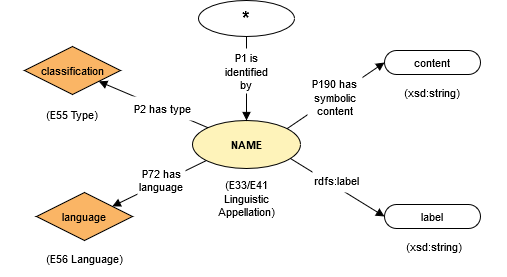
Earlier version of the draw.io export diagrams/diagrams (PNG)/Name_Branch.png (archesproject/ARM_Working_Group). Source tidied: cells renumbered, new cells last; positions are measured from the earlier drawing's top-left corner, leaving out a move shared by most shapes. Source of this version:
```xml
<mxGraphModel>
  <root>
    <mxCell id="0" />
    <mxCell id="1" parent="0" />
    <mxCell id="2" value="content" style="html=1;whiteSpace=wrap;rounded=1;arcSize=50;fontSize=11;fontColor=#000000;spacing=3;strokeOpacity=100;" parent="1" vertex="1">
      <mxGeometry x="384" y="50" width="96" height="24" as="geometry" />
    </mxCell>
    <mxCell id="3" value="language" style="html=1;whiteSpace=wrap;rhombus;fontSize=11;fontColor=#000000;spacing=3;strokeOpacity=100;fillOpacity=100;fillColor=#fab565;" parent="1" vertex="1">
      <mxGeometry x="36" y="192" width="96" height="48" as="geometry" />
    </mxCell>
    <mxCell id="4" value="label" style="html=1;whiteSpace=wrap;rounded=1;arcSize=50;fontSize=11;fontColor=#000000;spacing=3;strokeOpacity=100;" parent="1" vertex="1">
      <mxGeometry x="384" y="204" width="96" height="24" as="geometry" />
    </mxCell>
    <mxCell id="5" value="NAME" style="html=1;whiteSpace=wrap;ellipse;fontSize=11;fontColor=#000000;fontStyle=1;spacing=3;strokeOpacity=100;fillOpacity=100;fillColor=#fef3ba;" parent="1" vertex="1">
      <mxGeometry x="192" y="120" width="108" height="48" as="geometry" />
    </mxCell>
    <mxCell id="6" value="classification" style="html=1;whiteSpace=wrap;rhombus;fontSize=11;fontColor=#000000;spacing=3;strokeOpacity=100;fillOpacity=100;fillColor=#fab565;" parent="1" vertex="1">
      <mxGeometry x="24" y="46" width="96" height="48" as="geometry" />
    </mxCell>
    <mxCell id="7" value="(E33/E41 Linguistic Appellation)" style="html=1;whiteSpace=wrap;fontSize=11;fontColor=#000000;spacing=3;strokeOpacity=0;fillOpacity=0;fillColor=#ffffff;" parent="1" vertex="1">
      <mxGeometry x="203" y="168" width="86" height="60" as="geometry" />
    </mxCell>
    <mxCell id="8" value="(E55 Type)" style="html=1;whiteSpace=wrap;fontSize=11;fontColor=#000000;spacing=3;strokeOpacity=0;fillOpacity=0;fillColor=#ffffff;" parent="1" vertex="1">
      <mxGeometry y="96" width="144" height="36" as="geometry" />
    </mxCell>
    <mxCell id="9" value="(E56 Language)" style="html=1;whiteSpace=wrap;fontSize=11;fontColor=#000000;spacing=3;strokeOpacity=0;fillOpacity=0;fillColor=#ffffff;" parent="1" vertex="1">
      <mxGeometry x="12" y="240" width="144" height="36" as="geometry" />
    </mxCell>
    <mxCell id="10" value="(xsd:string)" style="html=1;whiteSpace=wrap;fontSize=11;fontColor=#000000;spacing=3;strokeOpacity=0;fillOpacity=0;fillColor=#ffffff;" parent="1" vertex="1">
      <mxGeometry x="360" y="74" width="144" height="36" as="geometry" />
    </mxCell>
    <mxCell id="11" value="(xsd:string)" style="html=1;whiteSpace=wrap;fontSize=11;fontColor=#000000;spacing=3;strokeOpacity=0;fillOpacity=0;fillColor=#ffffff;" parent="1" vertex="1">
      <mxGeometry x="362" y="228" width="144" height="36" as="geometry" />
    </mxCell>
    <mxCell id="12" style="html=1;jettySize=18;fontSize=11;rounded=0;startArrow=none;endArrow=block;endFill=1;exitX=0.912550749142498;exitY=0.7972793001282105;exitPerimeter=1;entryX=-0.006250053571249925;entryY=0.5;entryPerimeter=1;" parent="1" edge="1" source="5" target="4">
      <mxGeometry relative="1" as="geometry" />
    </mxCell>
    <mxCell id="13" style="html=1;jettySize=18;fontSize=11;rounded=0;startArrow=none;endArrow=block;endFill=1;exitX=0.8843876112051087;exitY=0.16643771509087285;exitPerimeter=1;entryX=-0.006250053571249925;entryY=0.5;entryPerimeter=1;" parent="1" edge="1" source="5" target="2">
      <mxGeometry relative="1" as="geometry" />
    </mxCell>
    <mxCell id="14" style="html=1;jettySize=18;fontSize=11;rounded=0;startArrow=none;endArrow=block;endFill=1;exitX=0.13604692430680987;exitY=0.1438273184463726;exitPerimeter=1;entryX=0.7811284182564151;entryY=0.7328470066029585;entryPerimeter=1;" parent="1" edge="1" source="5" target="6">
      <mxGeometry relative="1" as="geometry" />
    </mxCell>
    <mxCell id="15" style="html=1;jettySize=18;fontSize=11;rounded=0;startArrow=none;endArrow=block;endFill=1;exitX=0.1283694316393825;exitY=0.848198062324616;exitPerimeter=1;entryX=0.797795084918522;entryY=0.2838196600591484;entryPerimeter=1;" parent="1" edge="1" source="5" target="3">
      <mxGeometry relative="1" as="geometry" />
    </mxCell>
    <mxCell id="16" value="P2 has type" style="html=1;whiteSpace=wrap;fontSize=11;fontColor=#000000;spacing=3;strokeOpacity=0;fillOpacity=100;fillColor=#ffffff;" parent="1" vertex="1">
      <mxGeometry x="126" y="96" width="72" height="24" as="geometry" />
    </mxCell>
    <mxCell id="17" value="P72 has language" style="html=1;whiteSpace=wrap;fontSize=11;fontColor=#000000;spacing=3;strokeOpacity=0;fillOpacity=100;fillColor=#ffffff;" parent="1" vertex="1">
      <mxGeometry x="137" y="164" width="48" height="32" as="geometry" />
    </mxCell>
    <mxCell id="18" value="P190 has symbolic content" style="html=1;whiteSpace=wrap;fontSize=11;fontColor=#000000;spacing=3;strokeOpacity=0;fillOpacity=100;fillColor=#ffffff;" parent="1" vertex="1">
      <mxGeometry x="307" y="68" width="55" height="58" as="geometry" />
    </mxCell>
    <mxCell id="19" value="rdfs:label" style="html=1;whiteSpace=wrap;fontSize=11;fontColor=#000000;spacing=3;strokeOpacity=0;fillOpacity=100;fillColor=#ffffff;" parent="1" vertex="1">
      <mxGeometry x="312" y="168" width="48" height="24" as="geometry" />
    </mxCell>
    <mxCell id="20" value="*" style="html=1;whiteSpace=wrap;ellipse;fontSize=19;fontColor=#000000;fontStyle=1;spacing=3;strokeOpacity=100;fillOpacity=0;fillColor=#000000;" parent="1" vertex="1">
      <mxGeometry x="198" width="96" height="36" as="geometry" />
    </mxCell>
    <mxCell id="21" style="html=1;jettySize=18;fontSize=11;rounded=1;arcSize=0;edgeStyle=orthogonalEdgeStyle;startArrow=none;endArrow=block;endFill=1;exitX=0.5;exitY=1.0166668082977697;exitPerimeter=1;entryX=0.5;entryY=-0.012500360176358073;entryPerimeter=1;" parent="1" edge="1" source="20" target="5">
      <mxGeometry relative="1" as="geometry" />
    </mxCell>
    <mxCell id="22" value="P1 is identified by" style="html=1;whiteSpace=wrap;fontSize=11;fontColor=#000000;spacing=3;strokeOpacity=0;fillOpacity=100;fillColor=#ffffff;" parent="1" vertex="1">
      <mxGeometry x="221" y="48" width="50" height="45" as="geometry" />
    </mxCell>
  </root>
</mxGraphModel>
```
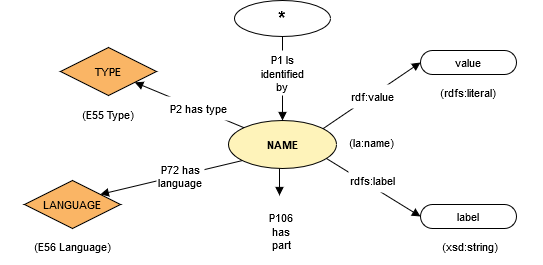
After the commit.

Change to the diagram source:
```diff
@@ -2,68 +2,79 @@
   <root>
     <mxCell id="0" />
     <mxCell id="1" parent="0" />
-    <mxCell id="2" value="content" style="html=1;whiteSpace=wrap;rounded=1;arcSize=50;fontSize=11;fontColor=#000000;spacing=3;strokeOpacity=100;" parent="1" vertex="1">
-      <mxGeometry x="384" y="50" width="96" height="24" as="geometry" />
-    </mxCell>
-    <mxCell id="3" value="language" style="html=1;whiteSpace=wrap;rhombus;fontSize=11;fontColor=#000000;spacing=3;strokeOpacity=100;fillOpacity=100;fillColor=#fab565;" parent="1" vertex="1">
-      <mxGeometry x="36" y="192" width="96" height="48" as="geometry" />
-    </mxCell>
+    <mxCell id="23" value="value" style="html=1;whiteSpace=wrap;rounded=1;arcSize=50;fontSize=11;fontColor=#000000;spacing=3;strokeOpacity=100;" parent="1" vertex="1">
+      <mxGeometry x="384" y="50" width="96" height="24" as="geometry" />
+    </mxCell>
+    <mxCell id="24" value="LANGUAGE" style="html=1;whiteSpace=wrap;rhombus;fontSize=11;fontColor=#000000;spacing=3;strokeOpacity=100;fillOpacity=100;fillColor=#fab565;" parent="1" vertex="1">
+      <mxGeometry x="-12" y="180" width="96" height="48" as="geometry" />
+    </mxCell>
     <mxCell id="4" value="label" style="html=1;whiteSpace=wrap;rounded=1;arcSize=50;fontSize=11;fontColor=#000000;spacing=3;strokeOpacity=100;" parent="1" vertex="1">
       <mxGeometry x="384" y="204" width="96" height="24" as="geometry" />
     </mxCell>
     <mxCell id="5" value="NAME" style="html=1;whiteSpace=wrap;ellipse;fontSize=11;fontColor=#000000;fontStyle=1;spacing=3;strokeOpacity=100;fillOpacity=100;fillColor=#fef3ba;" parent="1" vertex="1">
       <mxGeometry x="192" y="120" width="108" height="48" as="geometry" />
     </mxCell>
-    <mxCell id="6" value="classification" style="html=1;whiteSpace=wrap;rhombus;fontSize=11;fontColor=#000000;spacing=3;strokeOpacity=100;fillOpacity=100;fillColor=#fab565;" parent="1" vertex="1">
-      <mxGeometry x="24" y="46" width="96" height="48" as="geometry" />
-    </mxCell>
-    <mxCell id="7" value="(E33/E41 Linguistic Appellation)" style="html=1;whiteSpace=wrap;fontSize=11;fontColor=#000000;spacing=3;strokeOpacity=0;fillOpacity=0;fillColor=#ffffff;" parent="1" vertex="1">
-      <mxGeometry x="203" y="168" width="86" height="60" as="geometry" />
-    </mxCell>
+    <mxCell id="25" value="TYPE" style="html=1;whiteSpace=wrap;rhombus;fontSize=11;fontColor=#000000;spacing=3;strokeOpacity=100;fillOpacity=100;fillColor=#fab565;" parent="1" vertex="1">
+      <mxGeometry x="24" y="47" width="96" height="48" as="geometry" />
+    </mxCell>
+    <mxCell id="26" value="(la:name)" style="html=1;whiteSpace=wrap;fontSize=11;fontColor=#000000;spacing=3;strokeOpacity=0;fillOpacity=0;fillColor=#ffffff;" parent="1" vertex="1">
+      <mxGeometry x="263" y="124" width="144" height="36" as="geometry" />
+    </mxCell>
     <mxCell id="8" value="(E55 Type)" style="html=1;whiteSpace=wrap;fontSize=11;fontColor=#000000;spacing=3;strokeOpacity=0;fillOpacity=0;fillColor=#ffffff;" parent="1" vertex="1">
       <mxGeometry y="96" width="144" height="36" as="geometry" />
     </mxCell>
     <mxCell id="9" value="(E56 Language)" style="html=1;whiteSpace=wrap;fontSize=11;fontColor=#000000;spacing=3;strokeOpacity=0;fillOpacity=0;fillColor=#ffffff;" parent="1" vertex="1">
-      <mxGeometry x="12" y="240" width="144" height="36" as="geometry" />
+      <mxGeometry x="-36" y="228" width="144" height="36" as="geometry" />
     </mxCell>
-    <mxCell id="10" value="(xsd:string)" style="html=1;whiteSpace=wrap;fontSize=11;fontColor=#000000;spacing=3;strokeOpacity=0;fillOpacity=0;fillColor=#ffffff;" parent="1" vertex="1">
-      <mxGeometry x="360" y="74" width="144" height="36" as="geometry" />
-    </mxCell>
-    <mxCell id="11" value="(xsd:string)" style="html=1;whiteSpace=wrap;fontSize=11;fontColor=#000000;spacing=3;strokeOpacity=0;fillOpacity=0;fillColor=#ffffff;" parent="1" vertex="1">
-      <mxGeometry x="362" y="228" width="144" height="36" as="geometry" />
-    </mxCell>
+    <mxCell id="27" value="(rdfs:literal)" style="html=1;whiteSpace=wrap;fontSize=11;fontColor=#000000;spacing=3;strokeOpacity=0;fillOpacity=0;fillColor=#ffffff;" parent="1" vertex="1">
+      <mxGeometry x="360" y="74" width="144" height="36" as="geometry" />
+    </mxCell>
+    <mxCell id="28" value="(xsd:string)" style="html=1;whiteSpace=wrap;fontSize=11;fontColor=#000000;spacing=3;strokeOpacity=0;fillOpacity=0;fillColor=#ffffff;" parent="1" vertex="1">
+      <mxGeometry x="362" y="228" width="144" height="36" as="geometry" />
+    </mxCell>
-    <mxCell id="12" style="html=1;jettySize=18;fontSize=11;rounded=0;startArrow=none;endArrow=block;endFill=1;exitX=0.912550749142498;exitY=0.7972793001282105;exitPerimeter=1;entryX=-0.006250053571249925;entryY=0.5;entryPerimeter=1;" parent="1" edge="1" source="5" target="4">
+    <mxCell id="12" style="html=1;jettySize=18;fontSize=11;rounded=0;startArrow=none;endArrow=block;endFill=1;exitX=0.912550749142498;exitY=0.7972793001282105;exitPerimeter=1;entryX=-0.006250053571249836;entryY=0.5;entryPerimeter=1;" parent="1" edge="1" source="5" target="4">
       <mxGeometry relative="1" as="geometry" />
     </mxCell>
-    <mxCell id="13" style="html=1;jettySize=18;fontSize=11;rounded=0;startArrow=none;endArrow=block;endFill=1;exitX=0.8843876112051087;exitY=0.16643771509087285;exitPerimeter=1;entryX=-0.006250053571249925;entryY=0.5;entryPerimeter=1;" parent="1" edge="1" source="5" target="2">
-      <mxGeometry relative="1" as="geometry" />
-    </mxCell>
-    <mxCell id="14" style="html=1;jettySize=18;fontSize=11;rounded=0;startArrow=none;endArrow=block;endFill=1;exitX=0.13604692430680987;exitY=0.1438273184463726;exitPerimeter=1;entryX=0.7811284182564151;entryY=0.7328470066029585;entryPerimeter=1;" parent="1" edge="1" source="5" target="6">
-      <mxGeometry relative="1" as="geometry" />
-    </mxCell>
-    <mxCell id="15" style="html=1;jettySize=18;fontSize=11;rounded=0;startArrow=none;endArrow=block;endFill=1;exitX=0.1283694316393825;exitY=0.848198062324616;exitPerimeter=1;entryX=0.797795084918522;entryY=0.2838196600591484;entryPerimeter=1;" parent="1" edge="1" source="5" target="3">
-      <mxGeometry relative="1" as="geometry" />
-    </mxCell>
+    <mxCell id="29" style="html=1;jettySize=18;fontSize=11;rounded=0;startArrow=none;endArrow=block;endFill=1;exitX=0.8843876112051087;exitY=0.16643771509087285;exitPerimeter=1;entryX=-0.006250053571249836;entryY=0.5;entryPerimeter=1;" parent="1" edge="1" source="5" target="23">
+      <mxGeometry relative="1" as="geometry" />
+    </mxCell>
+    <mxCell id="30" style="html=1;jettySize=18;fontSize=11;rounded=0;startArrow=none;endArrow=block;endFill=1;exitX=0.13604692430680979;exitY=0.14382731844637267;exitPerimeter=1;entryX=0.7811284182564151;entryY=0.7328470066029584;entryPerimeter=1;" parent="1" edge="1" source="5" target="25">
+      <mxGeometry relative="1" as="geometry" />
+    </mxCell>
+    <mxCell id="31" style="html=1;jettySize=18;fontSize=11;rounded=0;startArrow=none;endArrow=block;endFill=1;exitX=0.12836943163938258;exitY=0.848198062324616;exitPerimeter=1;entryX=0.797795084918522;entryY=0.2838196600591483;entryPerimeter=1;" parent="1" edge="1" source="5" target="24">
+      <mxGeometry relative="1" as="geometry" />
+    </mxCell>
     <mxCell id="16" value="P2 has type" style="html=1;whiteSpace=wrap;fontSize=11;fontColor=#000000;spacing=3;strokeOpacity=0;fillOpacity=100;fillColor=#ffffff;" parent="1" vertex="1">
       <mxGeometry x="126" y="96" width="72" height="24" as="geometry" />
     </mxCell>
     <mxCell id="17" value="P72 has language" style="html=1;whiteSpace=wrap;fontSize=11;fontColor=#000000;spacing=3;strokeOpacity=0;fillOpacity=100;fillColor=#ffffff;" parent="1" vertex="1">
-      <mxGeometry x="137" y="164" width="48" height="32" as="geometry" />
+      <mxGeometry x="120" y="160" width="48" height="32" as="geometry" />
     </mxCell>
-    <mxCell id="18" value="P190 has symbolic content" style="html=1;whiteSpace=wrap;fontSize=11;fontColor=#000000;spacing=3;strokeOpacity=0;fillOpacity=100;fillColor=#ffffff;" parent="1" vertex="1">
-      <mxGeometry x="307" y="68" width="55" height="58" as="geometry" />
-    </mxCell>
+    <mxCell id="32" value="rdf:value" style="html=1;whiteSpace=wrap;fontSize=11;fontColor=#000000;spacing=3;strokeOpacity=0;fillOpacity=100;fillColor=#ffffff;" parent="1" vertex="1">
+      <mxGeometry x="311" y="84" width="50" height="24" as="geometry" />
+    </mxCell>
     <mxCell id="19" value="rdfs:label" style="html=1;whiteSpace=wrap;fontSize=11;fontColor=#000000;spacing=3;strokeOpacity=0;fillOpacity=100;fillColor=#ffffff;" parent="1" vertex="1">
       <mxGeometry x="312" y="168" width="48" height="24" as="geometry" />
     </mxCell>
     <mxCell id="20" value="*" style="html=1;whiteSpace=wrap;ellipse;fontSize=19;fontColor=#000000;fontStyle=1;spacing=3;strokeOpacity=100;fillOpacity=0;fillColor=#000000;" parent="1" vertex="1">
       <mxGeometry x="198" width="96" height="36" as="geometry" />
     </mxCell>
-    <mxCell id="21" style="html=1;jettySize=18;fontSize=11;rounded=1;arcSize=0;edgeStyle=orthogonalEdgeStyle;startArrow=none;endArrow=block;endFill=1;exitX=0.5;exitY=1.0166668082977697;exitPerimeter=1;entryX=0.5;entryY=-0.012500360176358073;entryPerimeter=1;" parent="1" edge="1" source="20" target="5">
+    <mxCell id="21" style="html=1;jettySize=18;fontSize=11;rounded=1;arcSize=0;edgeStyle=orthogonalEdgeStyle;startArrow=none;endArrow=block;endFill=1;exitX=0.5;exitY=1.0166668082977697;exitPerimeter=1;entryX=0.5;entryY=-0.012500360176357982;entryPerimeter=1;" parent="1" edge="1" source="20" target="5">
       <mxGeometry relative="1" as="geometry" />
     </mxCell>
-    <mxCell id="22" value="P1 is identified by" style="html=1;whiteSpace=wrap;fontSize=11;fontColor=#000000;spacing=3;strokeOpacity=0;fillOpacity=100;fillColor=#ffffff;" parent="1" vertex="1">
-      <mxGeometry x="221" y="48" width="50" height="45" as="geometry" />
-    </mxCell>
+    <mxCell id="33" value="P1 Is identified by" style="html=1;whiteSpace=wrap;fontSize=11;fontColor=#000000;spacing=3;strokeOpacity=0;fillOpacity=100;fillColor=#ffffff;" parent="1" vertex="1">
+      <mxGeometry x="221" y="50" width="50" height="45" as="geometry" />
+    </mxCell>
+    <mxCell id="34" style="html=1;jettySize=18;fontSize=11;rounded=1;arcSize=0;edgeStyle=orthogonalEdgeStyle;startArrow=none;endArrow=block;endFill=1;" parent="1" edge="1" source="5">
+      <mxGeometry relative="1" as="geometry">
+        <mxPoint x="243" y="195" as="targetPoint" />
+        <Array as="points">
+          <mxPoint x="243" y="195" />
+        </Array>
+      </mxGeometry>
+    </mxCell>
+    <mxCell id="35" value="P106 has part" style="html=1;whiteSpace=wrap;fontSize=11;fontColor=#000000;spacing=3;strokeOpacity=0;fillOpacity=100;fillColor=#ffffff;" parent="1" vertex="1">
+      <mxGeometry x="227" y="215" width="36" height="32" as="geometry" />
+    </mxCell>
   </root>
 </mxGraphModel>
```
